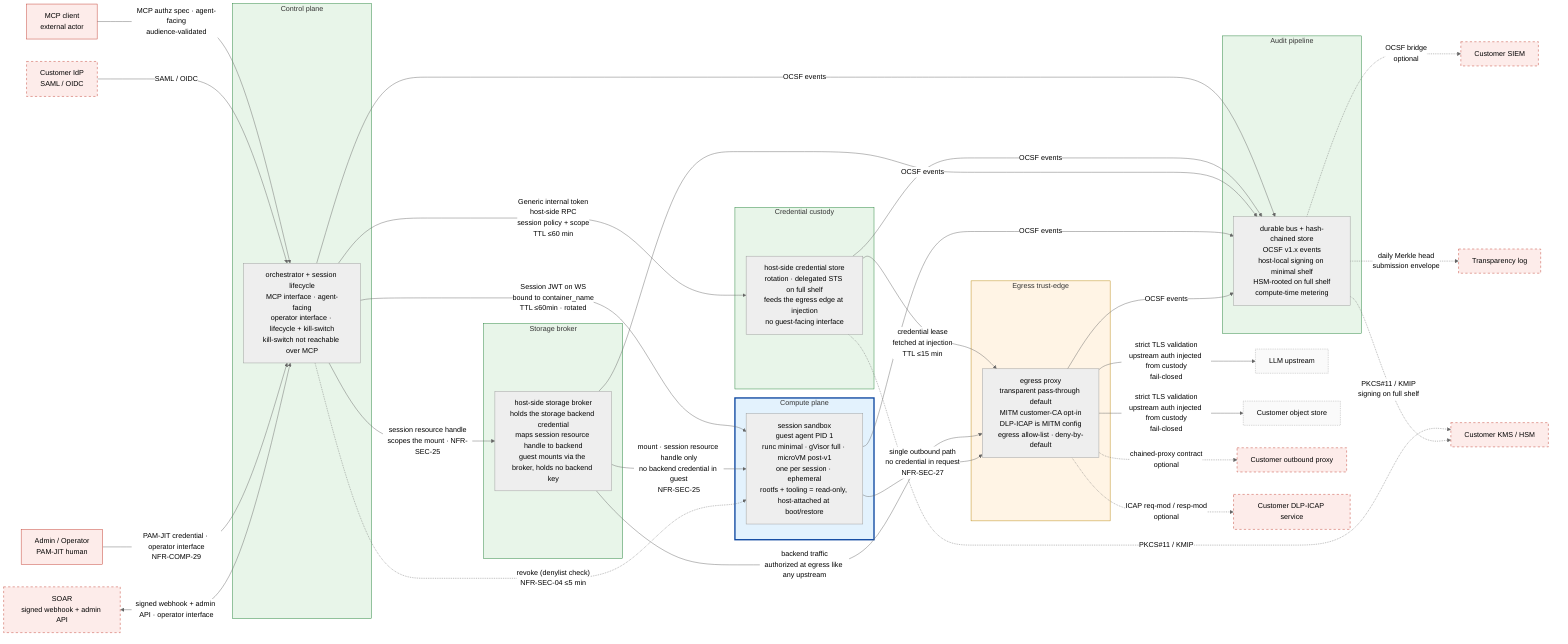
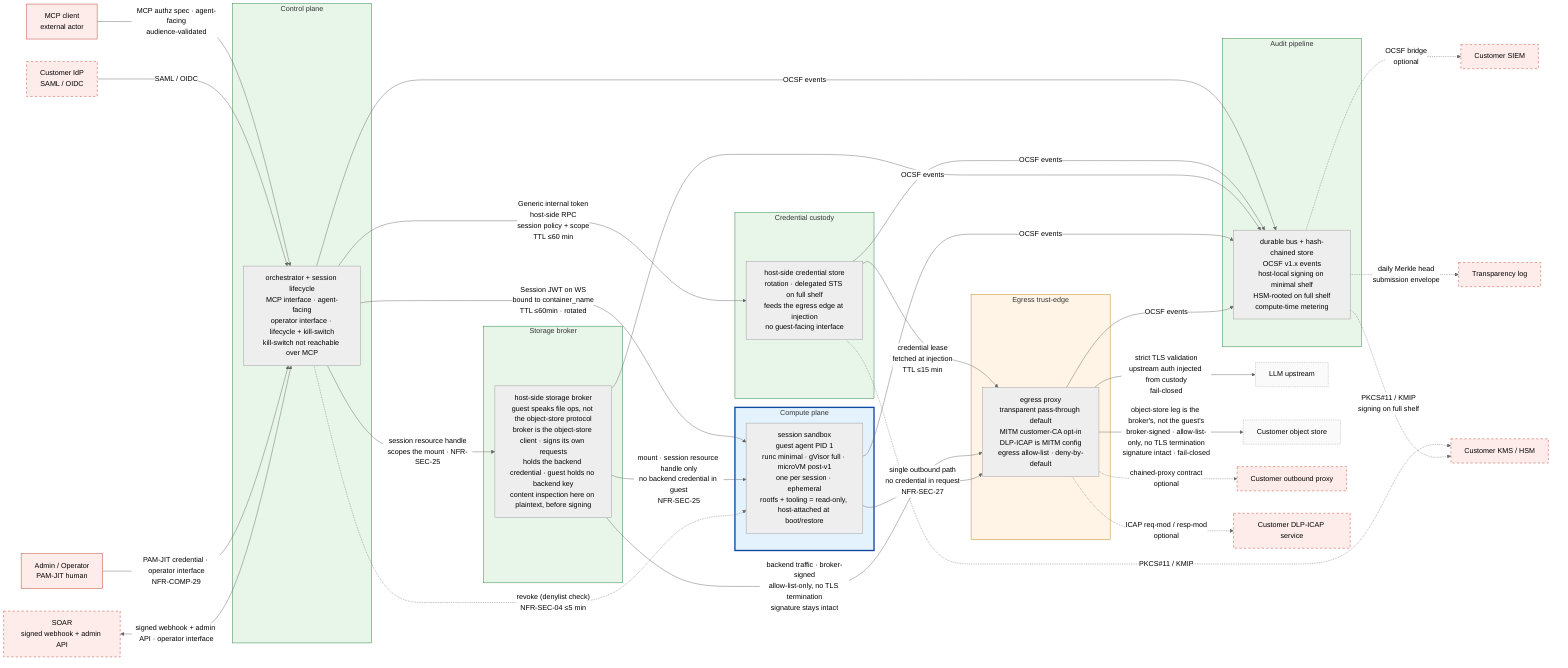
%% SPDX-License-Identifier: FSL-1.1-Apache-2.0
%% Copyright (c) 2025 Open Computer Use Contributors
%% Canonical Layer 3 trust-zone diagram. Referenced from docs/architecture/02-trust-boundaries.md §5.
%% Convention: solid subgraph border = always present; dashed border = optional configuration.
%% Palette (project convention): red untrusted / amber semi-trusted / green trusted / blue isolated.

%%{init: {"theme": "neutral"} }%%
flowchart LR

    %% ─── external actors (untrusted; rendered as plain nodes, not subgraphs) ───
    MCPC[MCP client<br/>external actor]:::ext
    IDP[Customer IdP<br/>SAML / OIDC]:::extOpt
    LLM[LLM upstream]:::endpoint
    OBJ[Customer object store]:::endpoint
    CPROXY[Customer outbound proxy]:::extOpt
    ICAP[Customer DLP-ICAP service]:::extOpt
    SIEM[Customer SIEM]:::extOpt
    KMS[Customer KMS / HSM]:::extOpt
    SOAR[SOAR<br/>signed webhook + admin API]:::extOpt
    OPER[Admin / Operator<br/>PAM-JIT human]:::ext
    TLOG[Transparency log]:::extOpt

    %% ─── our zones ───
    %% Control plane is one trust-zone exposing two interfaces: an agent-facing
    %% MCP surface (tool calls) and an operator/lifecycle surface (session
    %% lifecycle, quota, kill-switch). The kill-switch is reachable only on the
    %% operator surface — never over MCP. The two-container split is a Layer 6
    %% concern; here they are one zone.
    subgraph CP[Control plane]
        ORCH[orchestrator + session lifecycle<br/>MCP interface · agent-facing<br/>operator interface · lifecycle + kill-switch<br/>kill-switch not reachable over MCP]
    end

    subgraph BROKER[Credential custody]
        BR[host-side credential store<br/>rotation · delegated STS on full shelf<br/>feeds the egress edge at injection<br/>no guest-facing interface]
    end

    subgraph STORE[Storage broker]
-         SB[host-side storage broker<br/>holds the storage backend credential<br/>maps session resource handle to backend<br/>guest mounts via the broker, holds no backend key]
+         SB[host-side storage broker<br/>guest speaks file ops, not the object-store protocol<br/>broker is the object-store client · signs its own requests<br/>holds the backend credential · guest holds no backend key<br/>content inspection here on plaintext, before signing]
    end

    subgraph COMPUTE[Compute plane]
        VM[session sandbox<br/>guest agent PID 1<br/>runc minimal · gVisor full · microVM post-v1<br/>one per session · ephemeral<br/>rootfs + tooling = read-only, host-attached at boot/restore]
    end

    subgraph EDGE[Egress trust-edge]
        PROXY[egress proxy<br/>transparent pass-through default<br/>MITM customer-CA opt-in<br/>DLP-ICAP is MITM config<br/>egress allow-list · deny-by-default]
    end

    subgraph AUDIT[Audit pipeline]
        BUS[durable bus + hash-chained store<br/>OCSF v1.x events<br/>host-local signing on minimal shelf<br/>HSM-rooted on full shelf<br/>compute-time metering]
    end

    %% ─── inbound edges ───
    %% MCP arrives on the agent-facing interface; operator + SOAR arrive on the
    %% operator/lifecycle interface. Distinct auth; the kill-switch lives only
    %% on the latter.
    MCPC -->|"MCP authz spec · agent-facing<br/>audience-validated"| ORCH
    IDP -->|SAML / OIDC| ORCH
    OPER -->|"PAM-JIT credential · operator interface<br/>NFR-COMP-29"| ORCH
    SOAR <-->|"signed webhook + admin API · operator interface"| ORCH

    %% ─── internal edges (encrypted in transit; NFR-SEC-37) ───
    ORCH -->|"Generic internal token<br/>host-side RPC<br/>session policy + scope<br/>TTL ≤60 min"| BR
    ORCH -->|"Session JWT on WS<br/>bound to container_name<br/>TTL ≤60min · rotated"| VM
    ORCH -->|"session resource handle<br/>scopes the mount · NFR-SEC-25"| SB
    BR -->|"credential lease<br/>fetched at injection<br/>TTL ≤15 min"| PROXY

    %% ─── storage-mount path (second guest-data boundary: in vs out) ───
    %% Distinct from egress. The guest reads/writes mutable user-data through a
    %% mount the broker serves; the guest holds only a session-scoped resource
    %% handle (e.g. filesystem_id), never the storage backend credential. The
    %% broker's own backend traffic is authorized at the Egress trust-edge like
    %% any upstream. Mount substrate (FUSE / virtio-fs / 9p) is component-spec.
    SB -->|"mount · session resource handle only<br/>no backend credential in guest<br/>NFR-SEC-25"| VM
-     SB -->|"backend traffic<br/>authorized at egress like any upstream"| PROXY
+     SB -->|"backend traffic · broker-signed<br/>allow-list-only, no TLS termination<br/>signature stays intact"| PROXY

    %% ─── revoke channel (denylist; independent of IdP reachability) ───
    %% Compute plane gets a direct denylist check (Session JWT TTL ≤60min needs it);
    %% Egress trust-edge revoke = the edge stops injecting upstream auth for a
    %% revoked session; the credential-lease TTL (≤15 min) caps how long an
    %% already-fetched credential survives, so no direct ORCH→PROXY edge.
    ORCH -.->|"revoke (denylist check)<br/>NFR-SEC-04 ≤5 min"| VM

    %% ─── egress edges ───
    VM -->|"single outbound path<br/>no credential in request<br/>NFR-SEC-27"| PROXY
    PROXY -->|"strict TLS validation<br/>upstream auth injected from custody<br/>fail-closed"| LLM
-     PROXY -->|"strict TLS validation<br/>upstream auth injected from custody<br/>fail-closed"| OBJ
+     PROXY -->|"object-store leg is the broker's, not the guest's<br/>broker-signed · allow-list-only, no TLS termination<br/>signature intact · fail-closed"| OBJ
    PROXY -.->|"chained-proxy contract<br/>optional"| CPROXY
    PROXY -.->|"ICAP req-mod / resp-mod<br/>optional"| ICAP

    %% ─── audit edges (every named zone emits OCSF events) ───
    ORCH -->|OCSF events| BUS
    BR -->|OCSF events| BUS
    SB -->|OCSF events| BUS
    VM -->|OCSF events| BUS
    PROXY -->|OCSF events| BUS

    %% ─── audit egress ───
    BUS -.->|"OCSF bridge<br/>optional"| SIEM
    BUS -.->|"daily Merkle head<br/>submission envelope"| TLOG

    %% ─── KMS path (optional, full-capability shelf only) ───
    BR -.->|"PKCS#11 / KMIP"| KMS
    BUS -.->|"PKCS#11 / KMIP<br/>signing on full shelf"| KMS

    %% ─── styling (project palette: red untrusted / amber semi-trusted / green trusted / blue isolated) ───
    classDef ext fill:#fdecea,stroke:#c0392b,stroke-width:1px;
    classDef extOpt fill:#fdecea,stroke:#c0392b,stroke-dasharray: 5 5;
    classDef endpoint fill:#fafafa,stroke:#9e9e9e,stroke-dasharray: 2 2;
    style CP fill:#e8f5e9,stroke:#1e7e34,stroke-width:1px;
    style BROKER fill:#e8f5e9,stroke:#1e7e34,stroke-width:1px;
    style STORE fill:#e8f5e9,stroke:#1e7e34,stroke-width:1px;
    style COMPUTE fill:#e3f2fd,stroke:#0d47a1,stroke-width:3px;
    style EDGE fill:#fff4e5,stroke:#b8860b,stroke-width:1px;
    style AUDIT fill:#e8f5e9,stroke:#1e7e34,stroke-width:1px;
